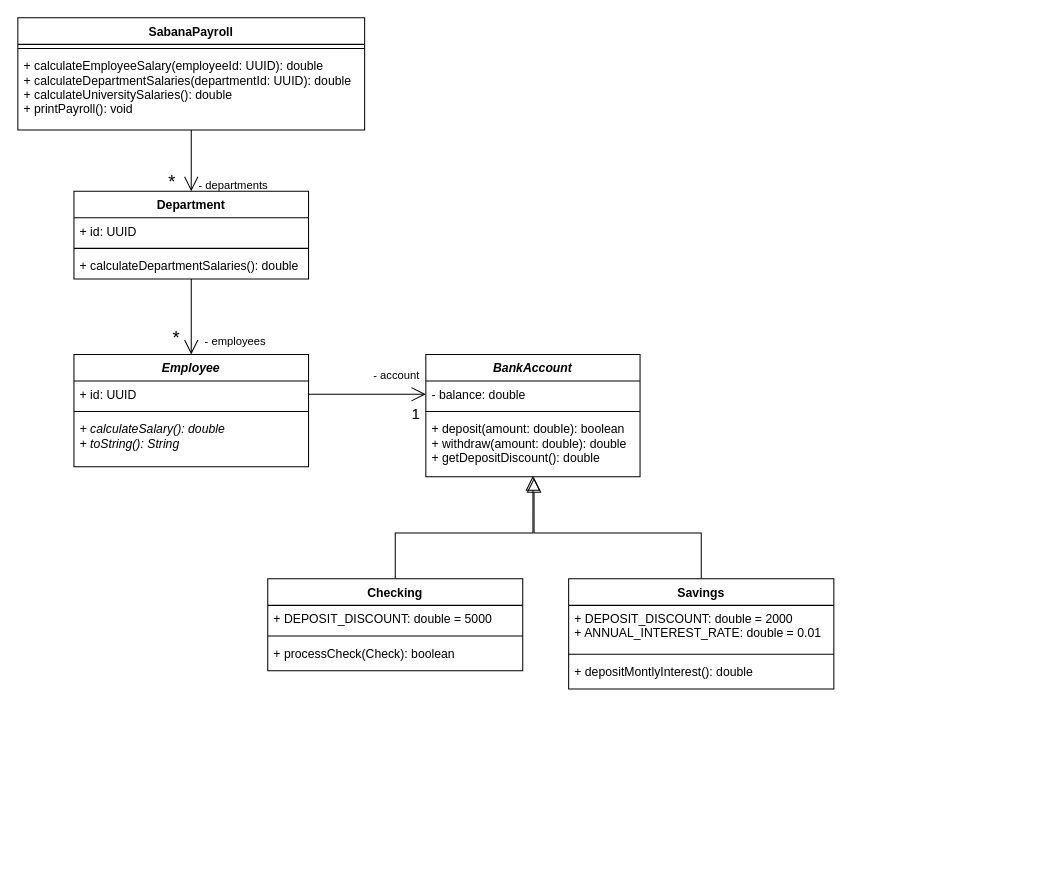
Before: diagrams/sabanapayroll-class-diagram.drawio in SebastianGuevara/LACOUTURE-ROMERO-GUEVARA-SABANA-POOB-2021-LAB-ABSTRACT-CLASSES, a draw.io diagram. Source tidied: cells renumbered, new cells numbered last; positions are measured from the earlier drawing's top-left corner, leaving out a move shared by most shapes. Both pictures are drawn from the tidied source at 102%, with x=0, y=0 at pixel (17, 17).
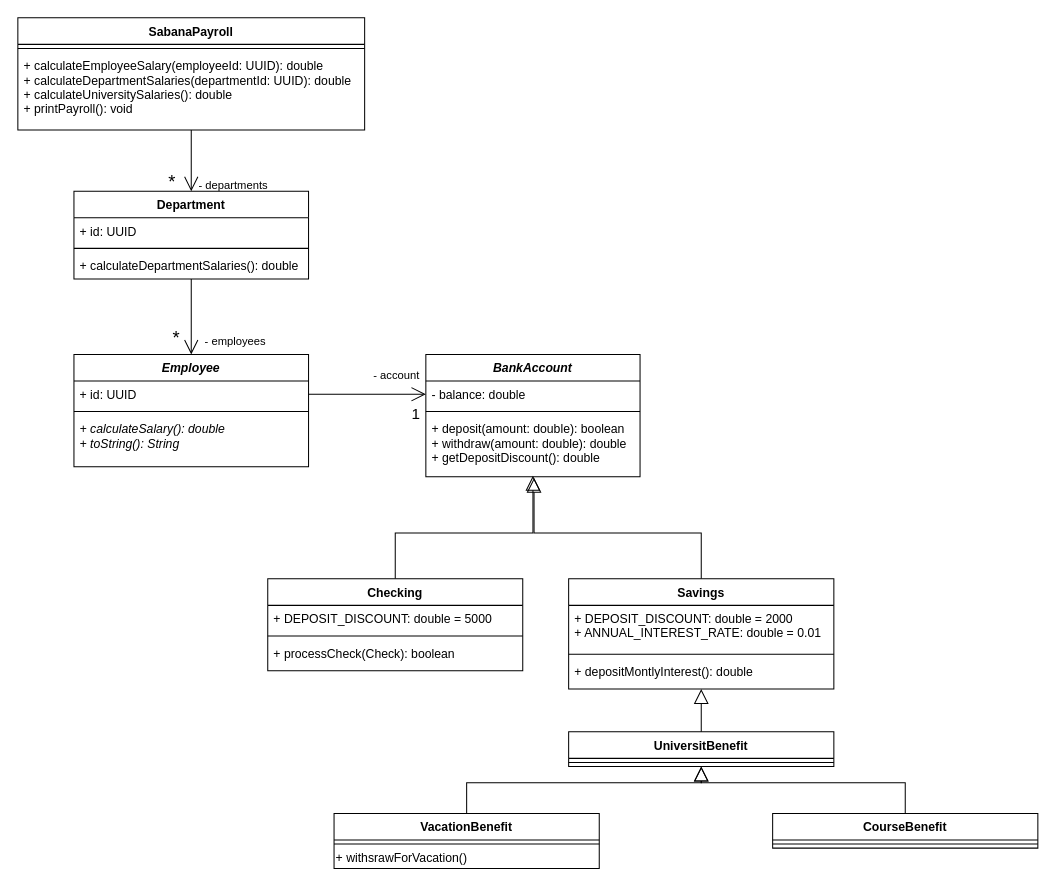
Above is the later version.

Diff of the diagram source:
```diff
@@
+    <mxCell id="36" value="UniversitBenefit" style="swimlane;fontStyle=1;align=center;verticalAlign=top;horizontal=1;startSize=26;" parent="1" vertex="1">
+      <mxGeometry x="540" y="700" width="260" height="34" as="geometry" />
+    </mxCell>
+    <mxCell id="37" style="edgeStyle=orthogonalEdgeStyle;rounded=0;jettySize=auto;html=1;endArrow=block;endFill=0;endSize=12;strokeWidth=1;entryX=0.505;entryY=1.017;entryDx=0;entryDy=0;entryPerimeter=0;exitX=0.5;exitY=0;exitDx=0;exitDy=0;" parent="36" edge="1" source="36">
+      <mxGeometry relative="1" as="geometry">
+        <mxPoint x="130" y="-42" as="targetPoint" />
+        <Array as="points">
+          <mxPoint x="130" />
+          <mxPoint x="130" />
+        </Array>
+      </mxGeometry>
+    </mxCell>
+    <mxCell id="38" style="line;strokeWidth=1;fillColor=none;align=left;verticalAlign=middle;spacingTop=-1;spacingLeft=3;spacingRight=3;labelPosition=right;" parent="36" vertex="1">
+      <mxGeometry y="26" width="260" height="8" as="geometry" />
+    </mxCell>
+    <mxCell id="39" value="VacationBenefit" style="swimlane;fontStyle=1;align=center;verticalAlign=top;horizontal=1;startSize=26;" parent="1" vertex="1">
+      <mxGeometry x="310" y="780" width="260" height="54" as="geometry" />
+    </mxCell>
+    <mxCell id="40" style="line;strokeWidth=1;fillColor=none;align=left;verticalAlign=middle;spacingTop=-1;spacingLeft=3;spacingRight=3;labelPosition=right;" parent="39" vertex="1">
+      <mxGeometry y="26" width="260" height="8" as="geometry" />
+    </mxCell>
+    <mxCell id="41" value="+ withsrawForVacation()" style="text;html=1;align=left;verticalAlign=middle;" parent="39" vertex="1">
+      <mxGeometry y="34" width="260" height="20" as="geometry" />
+    </mxCell>
+    <mxCell id="42" value="CourseBenefit" style="swimlane;fontStyle=1;align=center;verticalAlign=top;horizontal=1;startSize=26;" parent="1" vertex="1">
+      <mxGeometry x="740" y="780" width="260" height="34" as="geometry" />
+    </mxCell>
+    <mxCell id="43" style="line;strokeWidth=1;fillColor=none;align=left;verticalAlign=middle;spacingTop=-1;spacingLeft=3;spacingRight=3;labelPosition=right;" parent="42" vertex="1">
+      <mxGeometry y="26" width="260" height="8" as="geometry" />
+    </mxCell>
+    <mxCell id="44" style="edgeStyle=orthogonalEdgeStyle;rounded=0;jettySize=auto;html=1;endArrow=block;endFill=0;endSize=12;strokeWidth=1;exitX=0.5;exitY=0;exitDx=0;exitDy=0;" parent="1" edge="1" source="42">
+      <mxGeometry relative="1" as="geometry">
+        <mxPoint x="670" y="734" as="targetPoint" />
+        <Array as="points">
+          <mxPoint x="870" y="750" />
+          <mxPoint x="670" y="750" />
+        </Array>
+      </mxGeometry>
+    </mxCell>
+    <mxCell id="45" style="edgeStyle=orthogonalEdgeStyle;rounded=0;jettySize=auto;html=1;endArrow=block;endFill=0;endSize=12;strokeWidth=1;exitX=0.5;exitY=0;exitDx=0;exitDy=0;entryX=0.5;entryY=1;entryDx=0;entryDy=0;" parent="1" edge="1" source="39" target="36">
+      <mxGeometry relative="1" as="geometry">
+        <Array as="points">
+          <mxPoint x="440" y="750" />
+          <mxPoint x="670" y="750" />
+        </Array>
+      </mxGeometry>
+    </mxCell>
```
